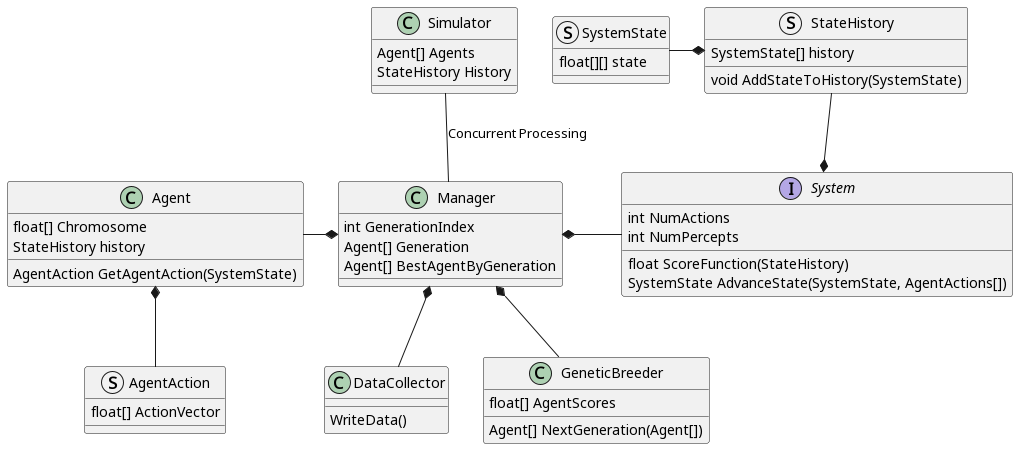
Before: UML/ProjectPlan.png, a diagram exported from PlantUML (Otago-Computing-Students-Society/FoosballGeneticLearning).
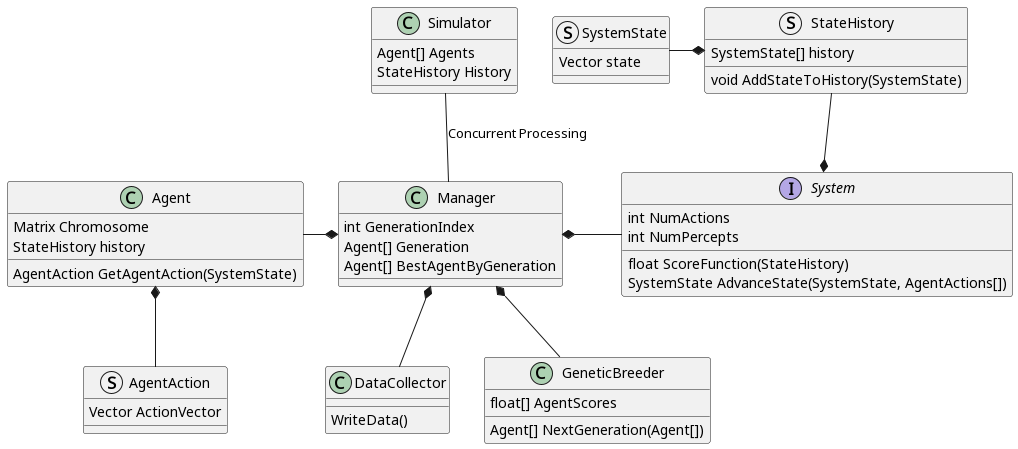
Later version of the same file.

Commit message:
Update UML Planning to reflect change in data types to linear algebra types

What changed in the source:
```diff
@@ -1,13 +1,13 @@
 @startuml ProjectPlan
 
 Class Agent {
-    float[] Chromosome
+    Matrix Chromosome
     StateHistory history
     AgentAction GetAgentAction(SystemState)
 }
 
 struct AgentAction {
-    float[] ActionVector
+    Vector ActionVector
 }
 
 interface System {
@@ -18,7 +18,7 @@
 }
 
 struct SystemState {
-    float[][] state
+    Vector state
 }
 
 struct StateHistory {
```
